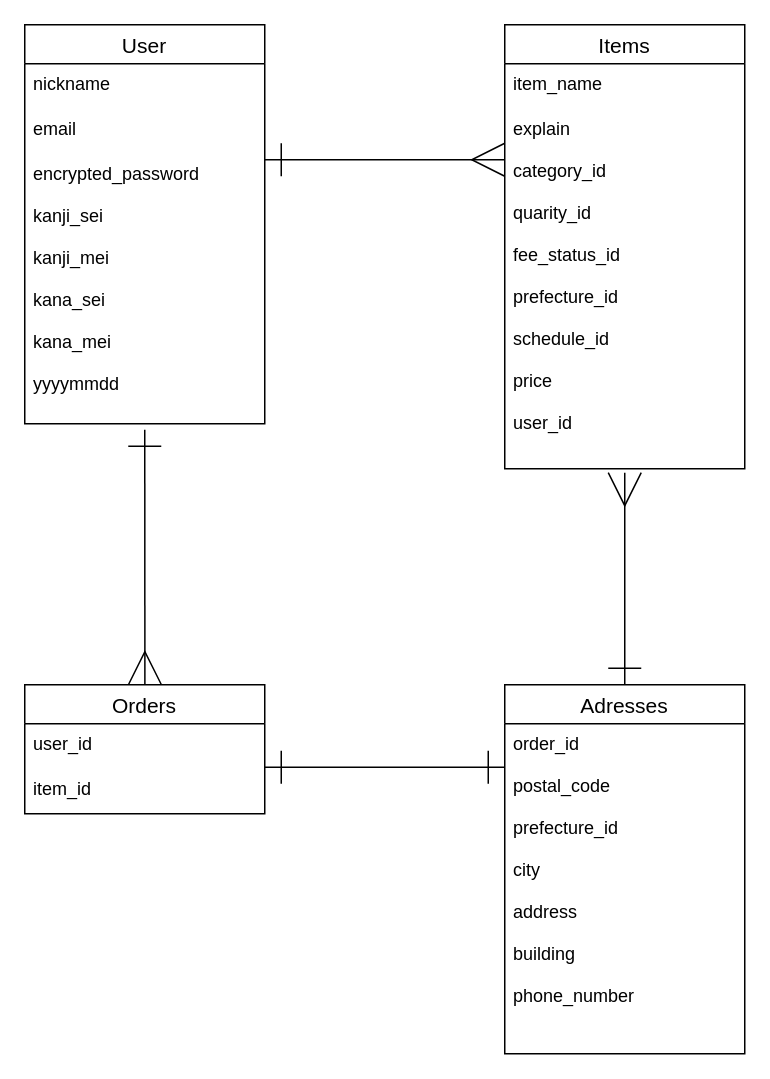
Before: ER.dio in KazutakaSuzuki/furima-39272, a draw.io diagram. Source tidied: cells renumbered, new cells numbered last; positions are measured from the earlier drawing's top-left corner, leaving out a move shared by most shapes. Both pictures are drawn from the tidied source at 150%, with x=0, y=0 at pixel (24, 24).
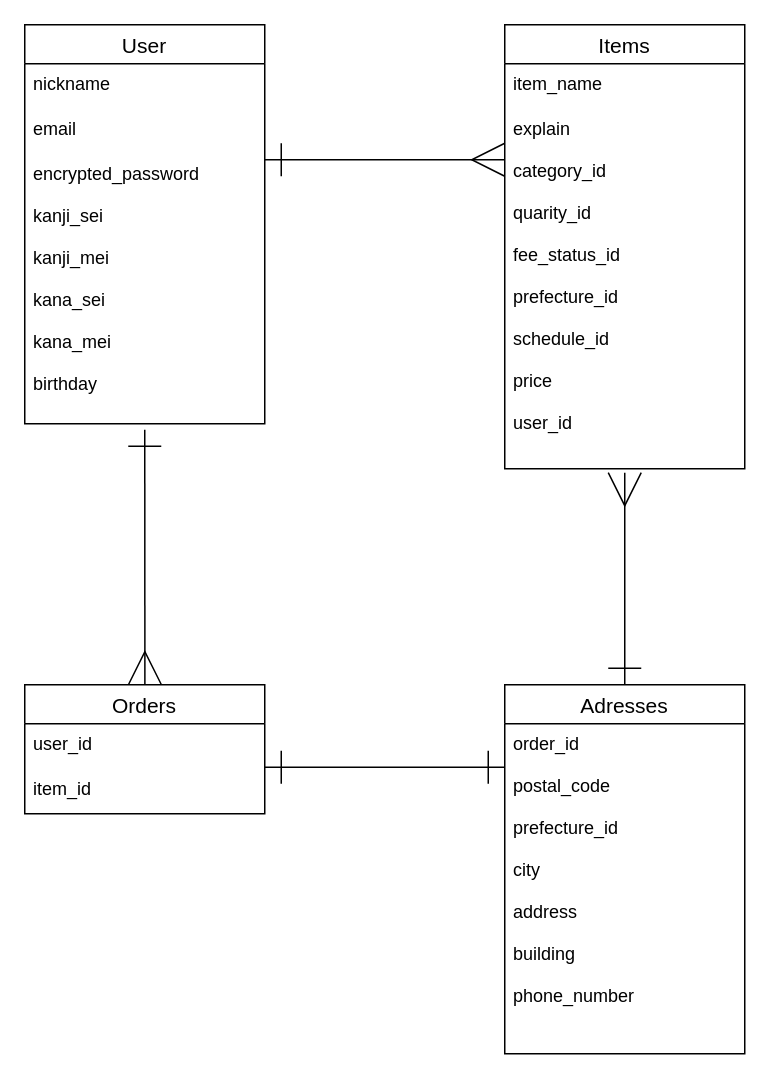
After the change.

Commit message (it also covers changes not shown here):
ER図/テーブル設計修正5

The change refers to these unchanged cells:
```xml
<mxCell id="2" value="User" style="swimlane;fontStyle=0;horizontal=1;startSize=26;align=center;fontSize=14;" parent="1" vertex="1">
  <mxGeometry width="160" height="266" as="geometry" />
</mxCell>
```

Diff of the diagram source:
```diff
@@
-    <mxCell id="5" value="encrypted_password&#10;&#10;kanji_sei&#10;&#10;kanji_mei&#10;&#10;kana_sei&#10;&#10;kana_mei&#10;&#10;yyyymmdd" style="text;strokeColor=none;fillColor=none;spacingLeft=4;spacingRight=4;overflow=hidden;points=[[0,0.5],[1,0.5]];portConstraint=eastwest;fontSize=12;" parent="2" vertex="1">
+    <mxCell id="5" value="encrypted_password&#10;&#10;kanji_sei&#10;&#10;kanji_mei&#10;&#10;kana_sei&#10;&#10;kana_mei&#10;&#10;birthday" style="text;strokeColor=none;fillColor=none;spacingLeft=4;spacingRight=4;overflow=hidden;points=[[0,0.5],[1,0.5]];portConstraint=eastwest;fontSize=12;" parent="2" vertex="1">
       <mxGeometry y="86" width="160" height="180" as="geometry" />
     </mxCell>
```
